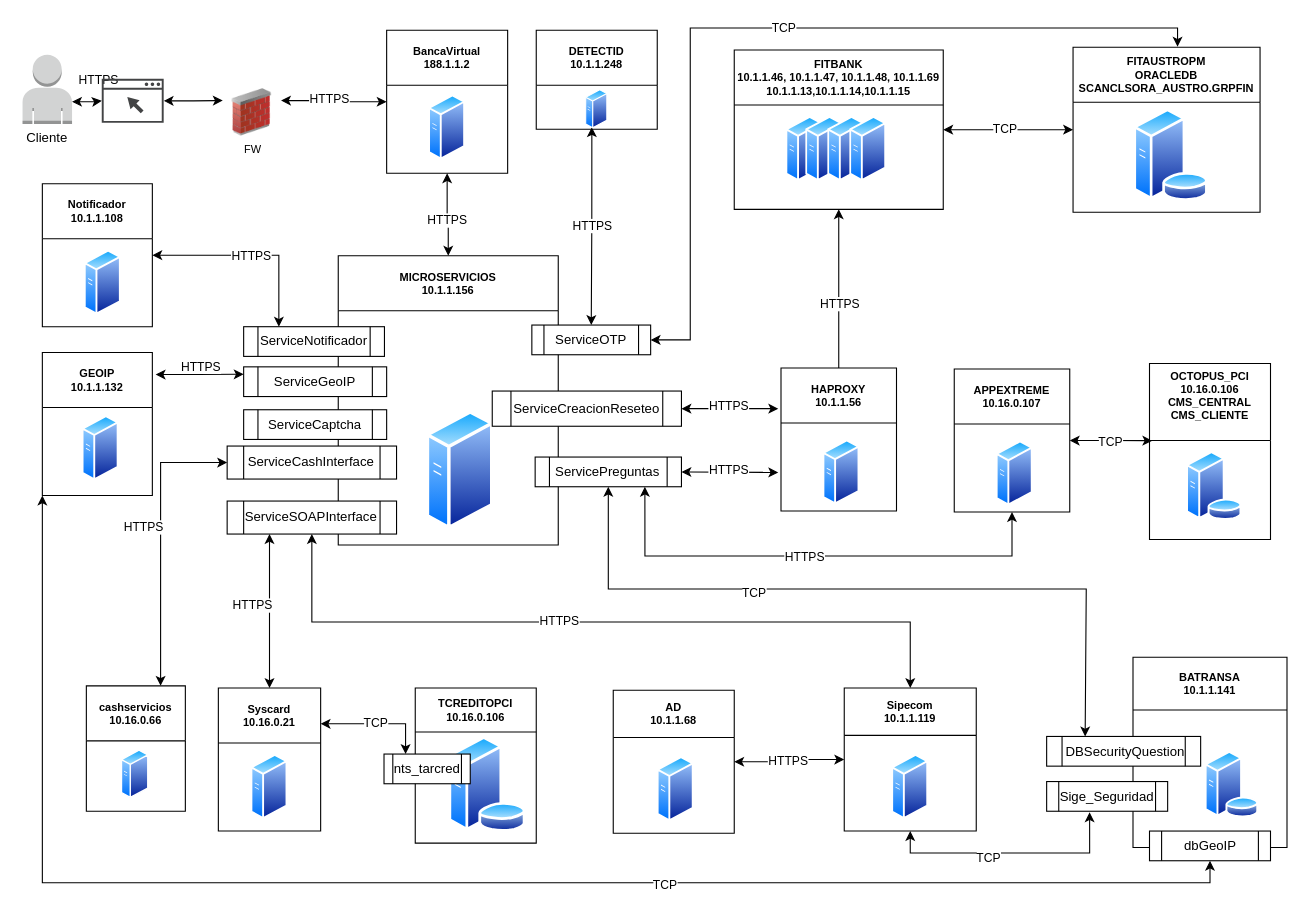
The draw.io diagram page "Final Despliegue" (1 of 9) of CreateUsrBVDiagram.drawio in davidguillermofg/Diagrams, before the edit. Source tidied: cells renumbered, new cells numbered last; positions are measured from the earlier drawing's top-left corner, leaving out a move shared by most shapes. Both pictures are drawn from the tidied source at 110%, with x=0, y=0 at pixel (19, 28).
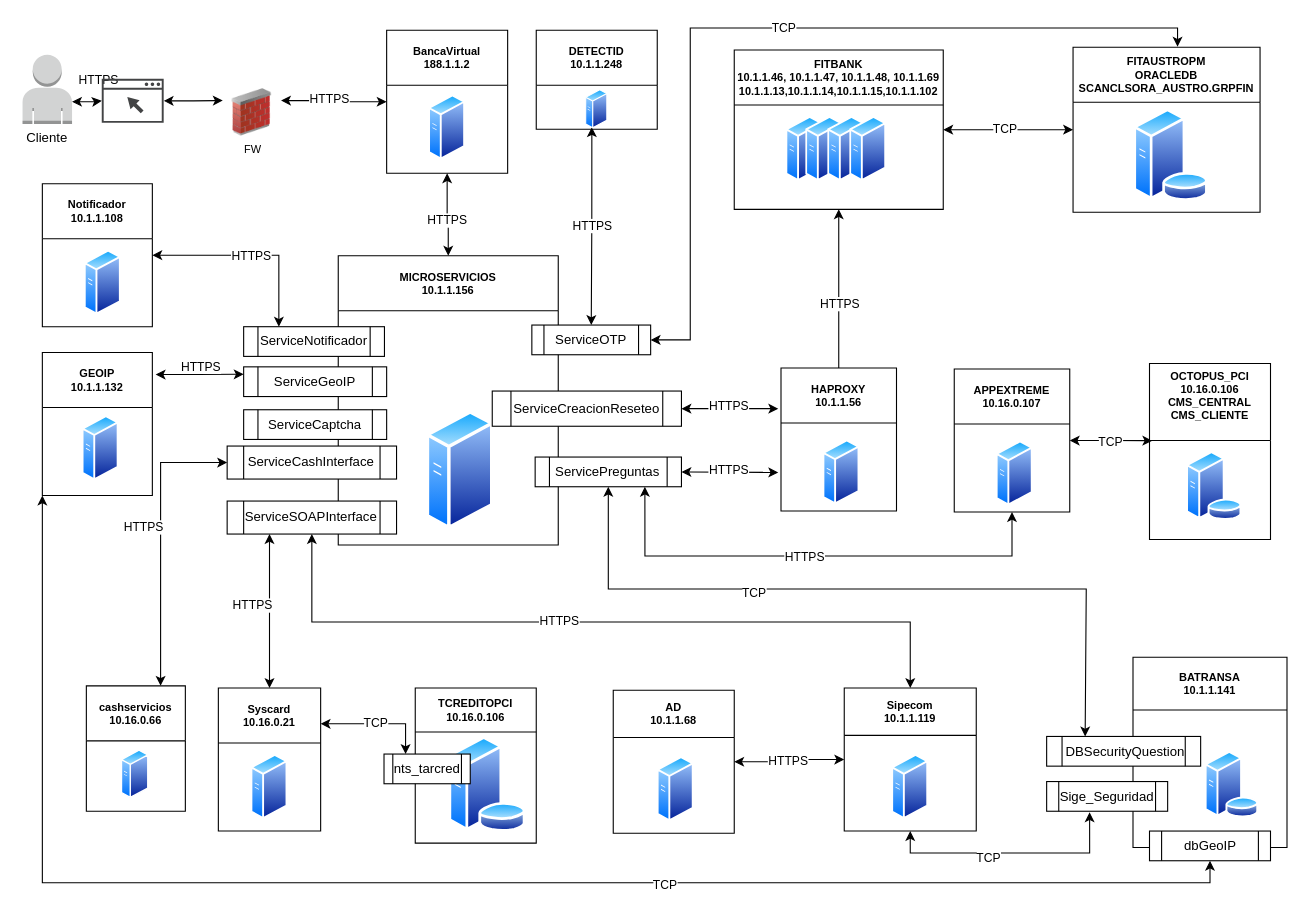
After the change.

What changed in the source:
```diff
@@
-    <mxCell id="40" value="FITBANK&#10;10.1.1.46, 10.1.1.47, 10.1.1.48, 10.1.1.69&#10;10.1.1.13,10.1.1.14,10.1.1.15" style="swimlane;startSize=50;fontSize=10;" parent="1" vertex="1">
+    <mxCell id="40" value="FITBANK&#10;10.1.1.46, 10.1.1.47, 10.1.1.48, 10.1.1.69&#10;10.1.1.13,10.1.1.14,10.1.1.15,10.1.1.102" style="swimlane;startSize=50;fontSize=10;" parent="1" vertex="1">
       <mxGeometry x="650" y="20" width="190" height="144.8" as="geometry" />
     </mxCell>
```
